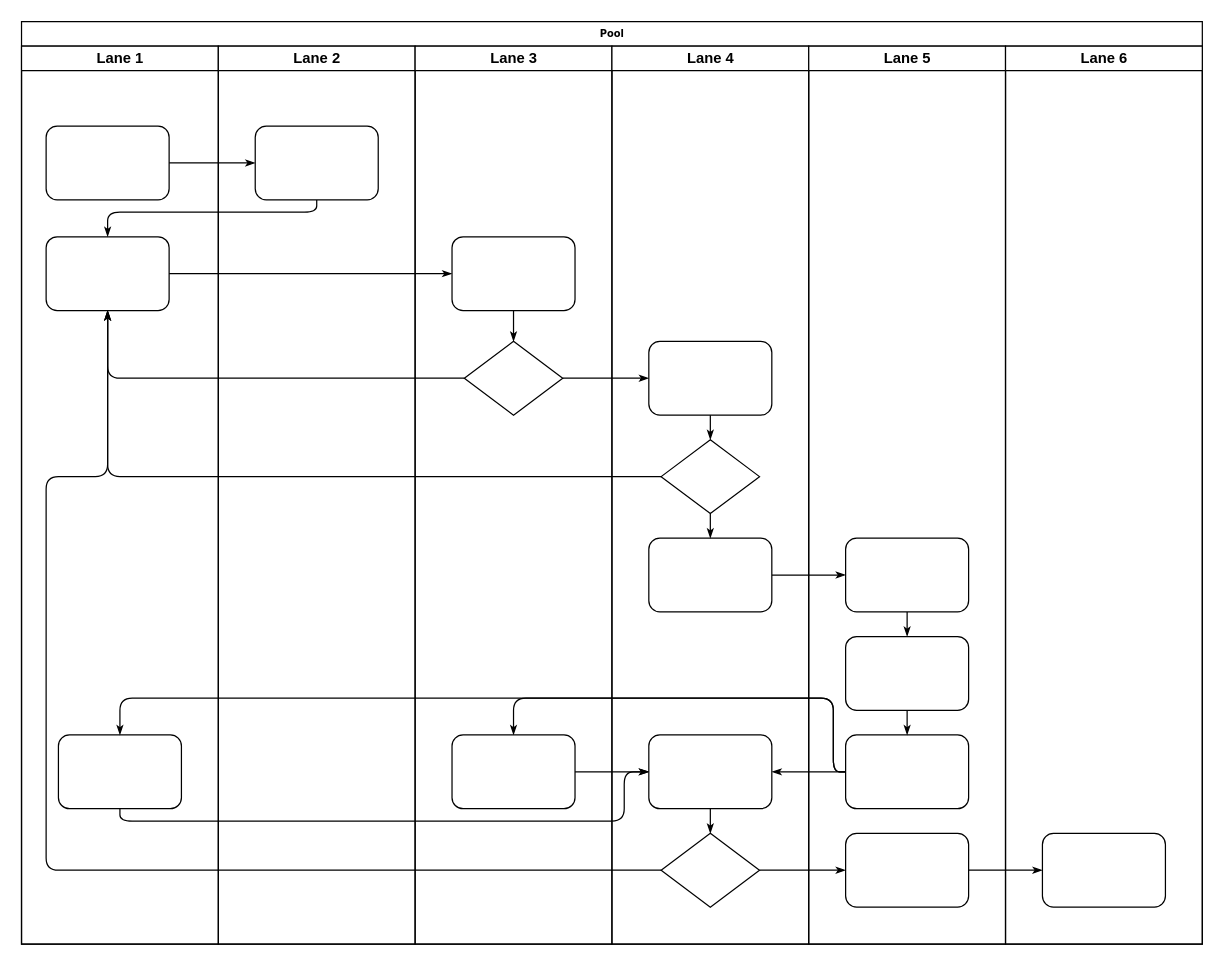
Above: 未命名绘图.drawio in Weylew/drawio (draw.io), before the change. Source tidied: cells renumbered, new cells numbered last; positions are measured from the earlier drawing's top-left corner, leaving out a move shared by most shapes. Both pictures are drawn from the tidied source at 123%, with x=0, y=0 at pixel (21, 21).
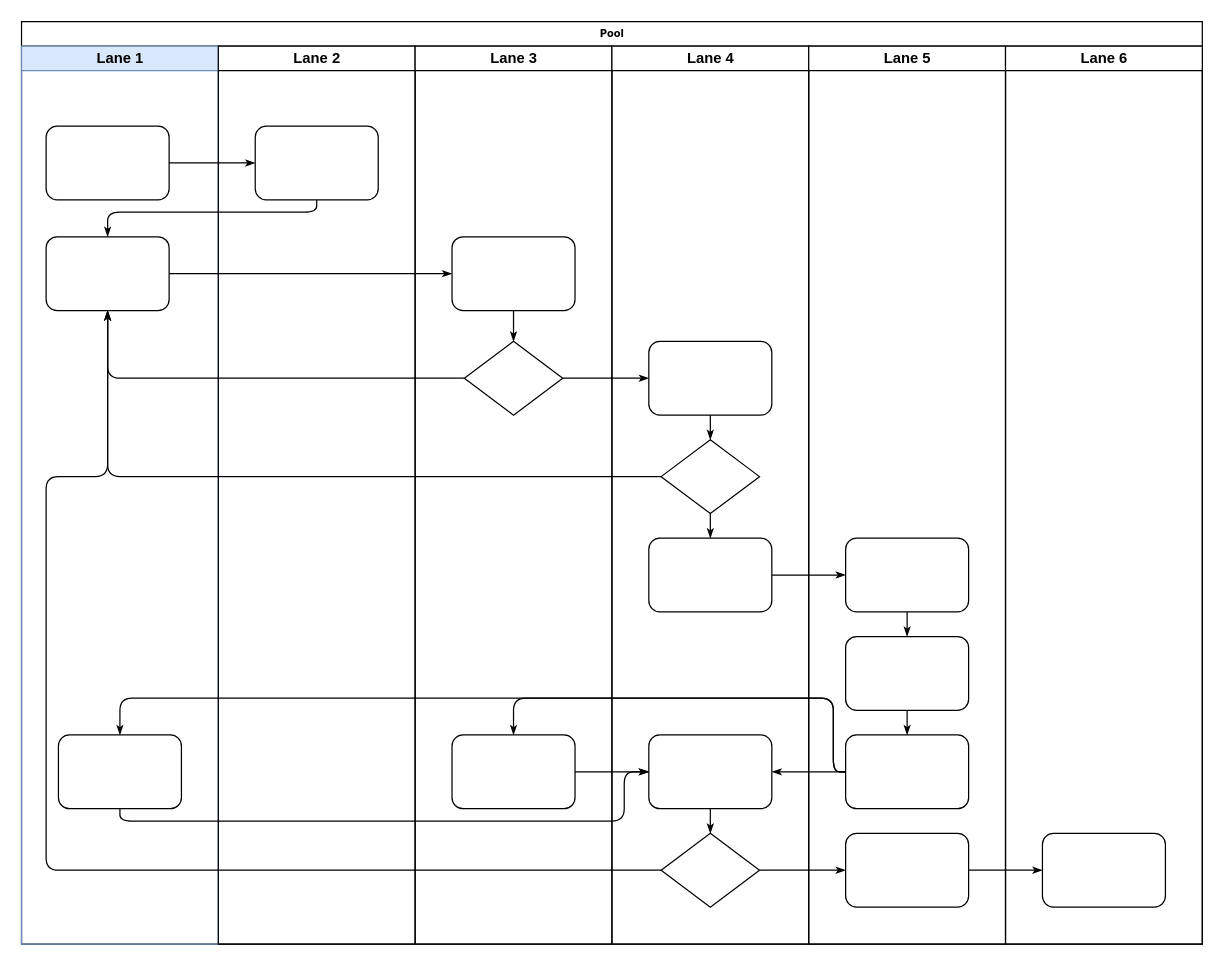
The same diagram, later.

Commit message:
指标数据管理.drawio

Unchanged cells that the change refers to:
```xml
<mxCell id="2" value="Pool" style="swimlane;html=1;startSize=20;rounded=0;shadow=0;labelBackgroundColor=none;strokeWidth=1;fontFamily=Verdana;fontSize=8;align=center;" parent="1" vertex="1">
  <mxGeometry width="960" height="750" as="geometry" />
</mxCell>
```

Diff of the diagram source:
```diff
@@
-    <mxCell id="3" value="Lane 1" style="swimlane;html=1;startSize=20;" parent="2" vertex="1">
+    <mxCell id="3" value="Lane 1" style="swimlane;html=1;startSize=20;fillColor=#dae8fc;strokeColor=#6c8ebf;" parent="2" vertex="1">
       <mxGeometry y="20" width="160" height="730" as="geometry" />
     </mxCell>
```
